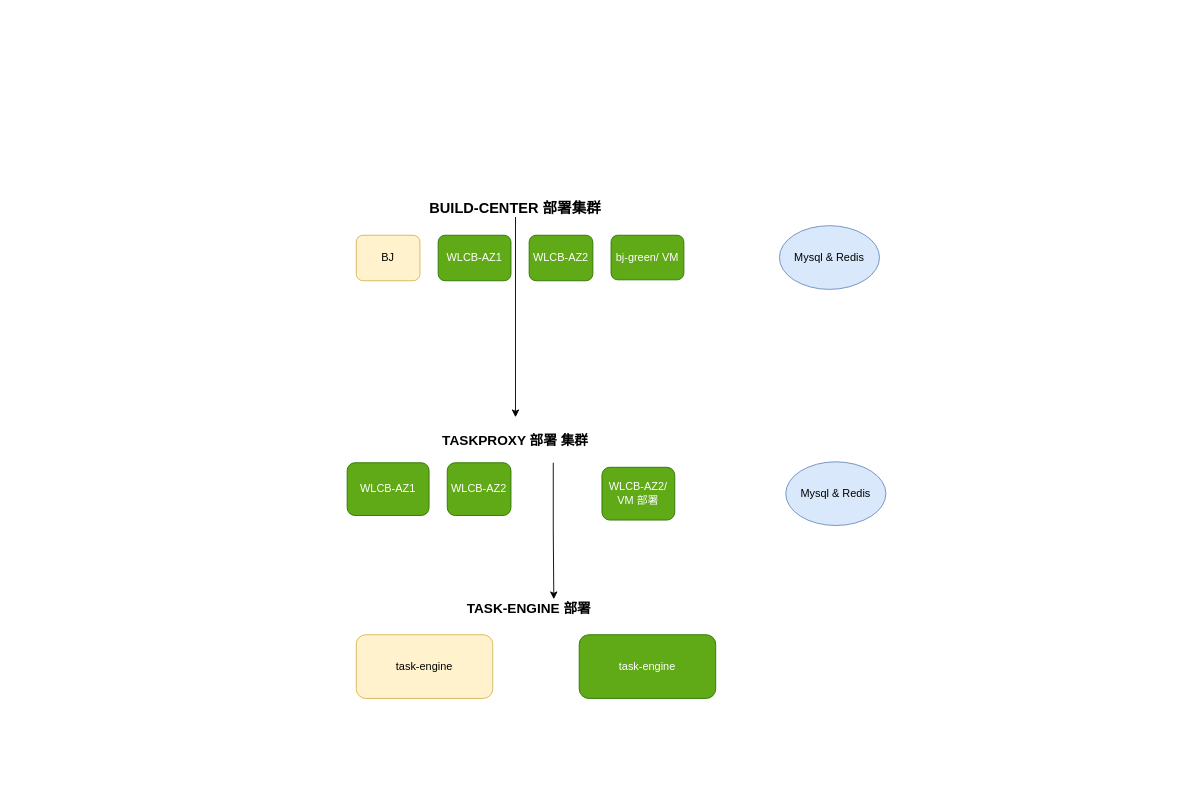
Above: 部署图.drawio in atings/study (draw.io), before the change. Source tidied: cells renumbered, new cells numbered last; positions are measured from the earlier drawing's top-left corner, leaving out a move shared by most shapes. Both pictures are drawn from the tidied source at 91%, with x=0, y=0 at pixel (347, 198). Pictures stored in the file or linked from it are replaced by grey dashed boxes.
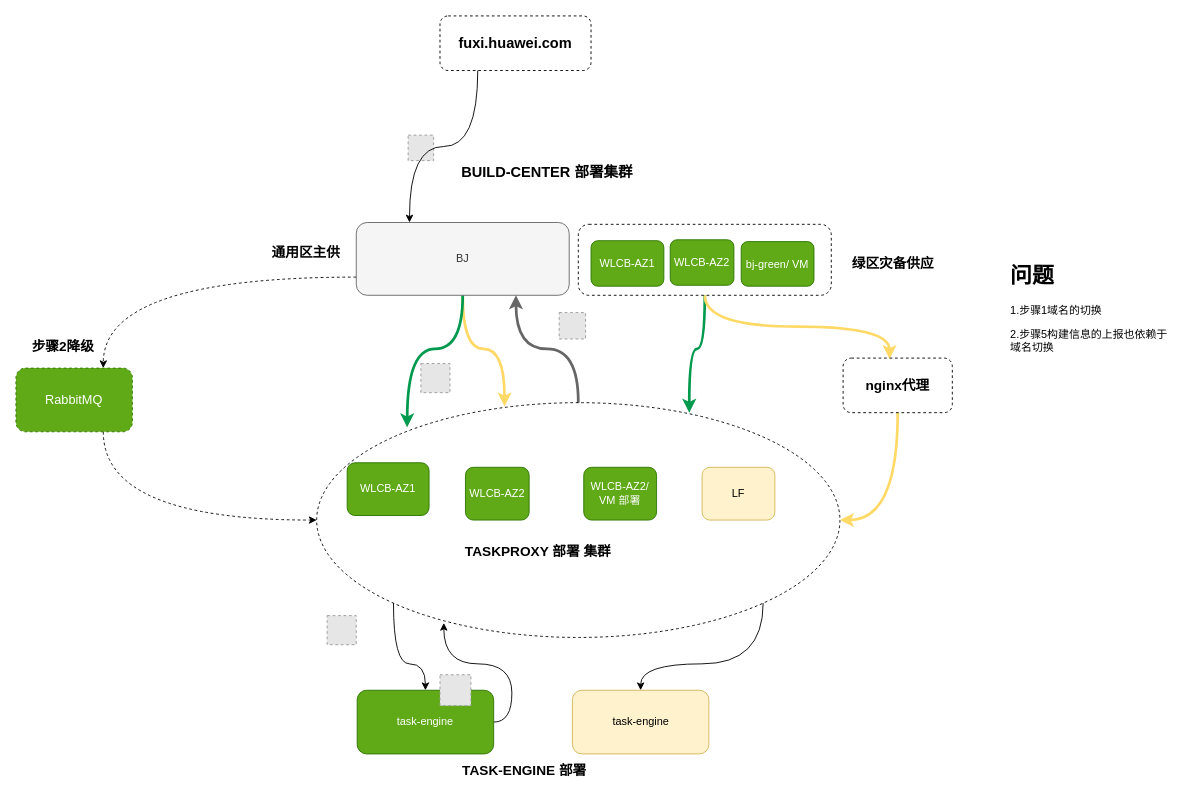
The same page after the edit.

Diff of the diagram source:
```diff
@@
+    <mxCell id="18" style="edgeStyle=orthogonalEdgeStyle;curved=1;rounded=0;jettySize=auto;html=1;exitX=0;exitY=0.75;exitDx=0;exitDy=0;dashed=1;" parent="1" edge="1" source="2">
+      <mxGeometry relative="1" as="geometry">
+        <mxPoint x="-268" y="186" as="targetPoint" />
+      </mxGeometry>
+    </mxCell>
+    <mxCell id="19" style="edgeStyle=orthogonalEdgeStyle;curved=1;rounded=0;jettySize=auto;html=1;exitX=0.5;exitY=1;exitDx=0;exitDy=0;entryX=0.359;entryY=0.016;entryDx=0;entryDy=0;entryPerimeter=0;fillColor=#fff2cc;strokeColor=#FFD966;strokeWidth=3;" parent="1" edge="1" source="2" target="28">
+      <mxGeometry relative="1" as="geometry" />
+    </mxCell>
+    <mxCell id="20" style="edgeStyle=orthogonalEdgeStyle;curved=1;rounded=0;jettySize=auto;html=1;exitX=0.5;exitY=1;exitDx=0;exitDy=0;entryX=0.173;entryY=0.105;entryDx=0;entryDy=0;entryPerimeter=0;strokeColor=#00994D;strokeWidth=3;" parent="1" edge="1" source="2" target="28">
+      <mxGeometry relative="1" as="geometry" />
+    </mxCell>
-    <mxCell id="2" value="BJ" style="rounded=1;whiteSpace=wrap;html=1;fillColor=#fff2cc;strokeColor=#d6b656;" parent="1" vertex="1">
-      <mxGeometry x="10" y="40" width="70" height="50" as="geometry" />
+    <mxCell id="2" value="BJ" style="rounded=1;whiteSpace=wrap;html=1;fillColor=#f5f5f5;strokeColor=#666666;fontColor=#333333;" parent="1" vertex="1">
+      <mxGeometry x="10" y="26" width="234" height="80" as="geometry" />
     </mxCell>
-    <mxCell id="3" style="edgeStyle=orthogonalEdgeStyle;rounded=0;jettySize=auto;html=1;exitX=0.5;exitY=1;exitDx=0;exitDy=0;" parent="1" edge="1" source="4" target="9">
-      <mxGeometry relative="1" as="geometry" />
-    </mxCell>
     <mxCell id="4" value="&lt;font style=&quot;font-size: 16px&quot;&gt;&lt;b&gt;BUILD-CENTER 部署集群&lt;/b&gt;&lt;/font&gt;" style="text;html=1;strokeColor=none;fillColor=none;align=center;verticalAlign=middle;whiteSpace=wrap;rounded=0;" parent="1" vertex="1">
-      <mxGeometry x="60" width="250" height="20" as="geometry" />
+      <mxGeometry x="95" y="-40" width="250" height="20" as="geometry" />
     </mxCell>
     <mxCell id="5" value="WLCB-AZ1" style="rounded=1;whiteSpace=wrap;html=1;fillColor=#60a917;strokeColor=#2D7600;fontColor=#ffffff;" parent="1" vertex="1">
-      <mxGeometry x="100" y="40" width="80" height="50" as="geometry" />
+      <mxGeometry x="268" y="46" width="80" height="50" as="geometry" />
     </mxCell>
     <mxCell id="6" value="WLCB-AZ2" style="rounded=1;whiteSpace=wrap;html=1;fillColor=#60a917;strokeColor=#2D7600;fontColor=#ffffff;" parent="1" vertex="1">
-      <mxGeometry x="200" y="40" width="70" height="50" as="geometry" />
+      <mxGeometry x="355" y="45" width="70" height="50" as="geometry" />
     </mxCell>
     <mxCell id="7" value="bj-green/ VM" style="rounded=1;whiteSpace=wrap;html=1;fillColor=#60a917;strokeColor=#2D7600;fontColor=#ffffff;" parent="1" vertex="1">
-      <mxGeometry x="290" y="40" width="80" height="49" as="geometry" />
+      <mxGeometry x="433" y="47" width="80" height="49" as="geometry" />
     </mxCell>
-    <mxCell id="8" style="edgeStyle=orthogonalEdgeStyle;rounded=0;jettySize=auto;html=1;exitX=0.75;exitY=1;exitDx=0;exitDy=0;entryX=0.629;entryY=0;entryDx=0;entryDy=0;entryPerimeter=0;" parent="1" edge="1" source="9" target="17">
-      <mxGeometry relative="1" as="geometry" />
-    </mxCell>
     <mxCell id="9" value="&lt;font size=&quot;1&quot;&gt;&lt;b style=&quot;font-size: 15px&quot;&gt;TASKPROXY 部署 集群&lt;/b&gt;&lt;/font&gt;" style="text;html=1;strokeColor=none;fillColor=none;align=center;verticalAlign=middle;whiteSpace=wrap;rounded=0;" parent="1" vertex="1">
-      <mxGeometry x="102" y="240" width="166" height="50" as="geometry" />
+      <mxGeometry x="127" y="362" width="166" height="50" as="geometry" />
     </mxCell>
@@
     <mxCell id="11" value="WLCB-AZ2" style="rounded=1;whiteSpace=wrap;html=1;fillColor=#60a917;strokeColor=#2D7600;fontColor=#ffffff;" parent="1" vertex="1">
-      <mxGeometry x="110" y="290" width="70" height="58" as="geometry" />
+      <mxGeometry x="130" y="295" width="70" height="58" as="geometry" />
     </mxCell>
     <mxCell id="12" value="WLCB-AZ2/ VM 部署" style="rounded=1;whiteSpace=wrap;html=1;fillColor=#60a917;strokeColor=#2D7600;fontColor=#ffffff;" parent="1" vertex="1">
-      <mxGeometry x="280" y="295" width="80" height="58" as="geometry" />
+      <mxGeometry x="260" y="295" width="80" height="58" as="geometry" />
     </mxCell>
-    <mxCell id="13" value="Mysql &amp;amp; Redis" style="ellipse;whiteSpace=wrap;html=1;fillColor=#dae8fc;strokeColor=#6c8ebf;" parent="1" vertex="1">
-      <mxGeometry x="475" y="29.5" width="110" height="70" as="geometry" />
-    </mxCell>
-    <mxCell id="14" value="Mysql &amp;amp; Redis" style="ellipse;whiteSpace=wrap;html=1;fillColor=#dae8fc;strokeColor=#6c8ebf;" parent="1" vertex="1">
-      <mxGeometry x="482" y="289" width="110" height="70" as="geometry" />
-    </mxCell>
     <mxCell id="15" value="task-engine" style="rounded=1;whiteSpace=wrap;html=1;fillColor=#fff2cc;strokeColor=#d6b656;" parent="1" vertex="1">
-      <mxGeometry x="10" y="479" width="150" height="70" as="geometry" />
+      <mxGeometry x="247.5" y="540" width="150" height="70" as="geometry" />
     </mxCell>
+    <mxCell id="21" style="edgeStyle=orthogonalEdgeStyle;curved=1;rounded=0;jettySize=auto;html=1;exitX=1;exitY=0.5;exitDx=0;exitDy=0;entryX=0.243;entryY=0.938;entryDx=0;entryDy=0;entryPerimeter=0;" parent="1" edge="1" source="16" target="28">
+      <mxGeometry relative="1" as="geometry" />
+    </mxCell>
     <mxCell id="16" value="task-engine" style="rounded=1;whiteSpace=wrap;html=1;fillColor=#60a917;strokeColor=#2D7600;fontColor=#ffffff;" parent="1" vertex="1">
-      <mxGeometry x="255" y="479" width="150" height="70" as="geometry" />
+      <mxGeometry x="11" y="540" width="150" height="70" as="geometry" />
     </mxCell>
     <mxCell id="17" value="&lt;b&gt;&lt;font style=&quot;font-size: 15px&quot;&gt;TASK-ENGINE 部署&lt;/font&gt;&lt;/b&gt;" style="text;html=1;strokeColor=none;fillColor=none;align=center;verticalAlign=middle;whiteSpace=wrap;rounded=0;dashed=1;" parent="1" vertex="1">
-      <mxGeometry x="95" y="440" width="210" height="20" as="geometry" />
+      <mxGeometry x="90" y="618" width="210" height="20" as="geometry" />
     </mxCell>
+    <mxCell id="22" style="edgeStyle=orthogonalEdgeStyle;curved=1;rounded=0;jettySize=auto;html=1;exitX=0.5;exitY=1;exitDx=0;exitDy=0;entryX=0.712;entryY=0.043;entryDx=0;entryDy=0;entryPerimeter=0;strokeColor=#00994D;strokeWidth=3;" parent="1" edge="1" source="24" target="28">
+      <mxGeometry relative="1" as="geometry" />
+    </mxCell>
+    <mxCell id="23" style="edgeStyle=orthogonalEdgeStyle;curved=1;rounded=0;jettySize=auto;html=1;exitX=0.5;exitY=1;exitDx=0;exitDy=0;strokeColor=#FFD966;strokeWidth=3;entryX=0.425;entryY=0.017;entryDx=0;entryDy=0;entryPerimeter=0;" parent="1" edge="1" source="24" target="44">
+      <mxGeometry relative="1" as="geometry" />
+    </mxCell>
+    <mxCell id="24" style="rounded=1;whiteSpace=wrap;html=1;fillColor=none;dashed=1;" parent="1" vertex="1">
+      <mxGeometry x="254" y="28" width="278" height="78" as="geometry" />
+    </mxCell>
+    <mxCell id="25" style="edgeStyle=orthogonalEdgeStyle;curved=1;rounded=0;jettySize=auto;html=1;exitX=0;exitY=1;exitDx=0;exitDy=0;" parent="1" edge="1" source="28" target="16">
+      <mxGeometry relative="1" as="geometry" />
+    </mxCell>
+    <mxCell id="26" style="edgeStyle=orthogonalEdgeStyle;curved=1;rounded=0;jettySize=auto;html=1;exitX=1;exitY=1;exitDx=0;exitDy=0;" parent="1" edge="1" source="28" target="15">
+      <mxGeometry relative="1" as="geometry" />
+    </mxCell>
+    <mxCell id="27" style="edgeStyle=orthogonalEdgeStyle;curved=1;rounded=0;jettySize=auto;html=1;exitX=0.5;exitY=0;exitDx=0;exitDy=0;entryX=0.75;entryY=1;entryDx=0;entryDy=0;fillColor=#f5f5f5;strokeColor=#666666;strokeWidth=3;" parent="1" edge="1" source="28" target="2">
+      <mxGeometry relative="1" as="geometry" />
+    </mxCell>
+    <mxCell id="28" style="ellipse;whiteSpace=wrap;html=1;dashed=1;fillColor=none;" parent="1" vertex="1">
+      <mxGeometry x="-33.5" y="224" width="575" height="258" as="geometry" />
+    </mxCell>
+    <mxCell id="29" style="fillColor=#E6E6E6;strokeColor=#999999;dashed=1;html=1;verticalAlign=top;verticalLabelPosition=bottom;labelBackgroundColor=#ffffff;" parent="1" vertex="1">
+      <mxGeometry x="67" y="-70" width="28" height="28" as="geometry" />
+    </mxCell>
+    <mxCell id="30" value="LF" style="rounded=1;whiteSpace=wrap;html=1;fillColor=#fff2cc;strokeColor=#d6b656;" parent="1" vertex="1">
+      <mxGeometry x="390" y="295" width="80" height="58" as="geometry" />
+    </mxCell>
+    <mxCell id="31" value="&lt;b&gt;&lt;font style=&quot;font-size: 15px&quot;&gt;通用区主供&lt;/font&gt;&lt;/b&gt;" style="text;html=1;strokeColor=none;fillColor=none;align=center;verticalAlign=middle;whiteSpace=wrap;rounded=0;dashed=1;" parent="1" vertex="1">
+      <mxGeometry x="-90" y="46" width="90" height="24" as="geometry" />
+    </mxCell>
+    <mxCell id="32" value="&lt;b&gt;&lt;font style=&quot;font-size: 15px&quot;&gt;绿区灾备供应&lt;/font&gt;&lt;/b&gt;" style="text;html=1;strokeColor=none;fillColor=none;align=center;verticalAlign=middle;whiteSpace=wrap;rounded=0;dashed=1;" parent="1" vertex="1">
+      <mxGeometry x="535" y="60" width="130" height="20" as="geometry" />
+    </mxCell>
+    <mxCell id="33" style="edgeStyle=orthogonalEdgeStyle;curved=1;rounded=0;jettySize=auto;html=1;exitX=0.25;exitY=1;exitDx=0;exitDy=0;entryX=0.25;entryY=0;entryDx=0;entryDy=0;" parent="1" edge="1" source="34" target="2">
+      <mxGeometry relative="1" as="geometry" />
+    </mxCell>
+    <mxCell id="34" value="&lt;b&gt;&lt;font style=&quot;font-size: 16px&quot;&gt;fuxi.huawei.com&lt;/font&gt;&lt;/b&gt;" style="rounded=1;whiteSpace=wrap;html=1;dashed=1;fillColor=none;" parent="1" vertex="1">
+      <mxGeometry x="102" y="-201" width="166" height="60" as="geometry" />
+    </mxCell>
+    <mxCell id="35" style="fillColor=#E6E6E6;strokeColor=#999999;dashed=1;html=1;verticalAlign=top;verticalLabelPosition=bottom;labelBackgroundColor=#ffffff;" parent="1" vertex="1">
+      <mxGeometry x="81" y="181" width="32" height="32" as="geometry" />
+    </mxCell>
+    <mxCell id="36" style="edgeStyle=orthogonalEdgeStyle;curved=1;rounded=0;jettySize=auto;html=1;exitX=0.75;exitY=1;exitDx=0;exitDy=0;dashed=1;" parent="1" edge="1" source="37" target="28">
+      <mxGeometry relative="1" as="geometry" />
+    </mxCell>
+    <mxCell id="37" value="&lt;font style=&quot;font-size: 14px&quot;&gt;RabbitMQ&lt;/font&gt;" style="rounded=1;whiteSpace=wrap;html=1;dashed=1;fillColor=#60a917;strokeColor=#2D7600;fontColor=#ffffff;" parent="1" vertex="1">
+      <mxGeometry x="-364" y="186" width="128" height="70" as="geometry" />
+    </mxCell>
+    <mxCell id="38" value="&lt;font style=&quot;font-size: 15px&quot;&gt;&lt;b&gt;步骤2降级&lt;/b&gt;&lt;/font&gt;" style="text;html=1;strokeColor=none;fillColor=none;align=center;verticalAlign=middle;whiteSpace=wrap;rounded=0;dashed=1;" parent="1" vertex="1">
+      <mxGeometry x="-348" y="154" width="72" height="16" as="geometry" />
+    </mxCell>
+    <mxCell id="39" style="fillColor=#E6E6E6;strokeColor=#999999;dashed=1;html=1;verticalAlign=top;verticalLabelPosition=bottom;labelBackgroundColor=#ffffff;" parent="1" vertex="1">
+      <mxGeometry x="-22" y="458" width="32" height="32" as="geometry" />
+    </mxCell>
+    <mxCell id="40" style="fillColor=#E6E6E6;strokeColor=#999999;dashed=1;html=1;verticalAlign=top;verticalLabelPosition=bottom;labelBackgroundColor=#ffffff;" parent="1" vertex="1">
+      <mxGeometry x="102" y="523" width="34" height="34" as="geometry" />
+    </mxCell>
+    <mxCell id="41" style="fillColor=#E6E6E6;strokeColor=#999999;dashed=1;html=1;verticalAlign=top;verticalLabelPosition=bottom;labelBackgroundColor=#ffffff;" parent="1" vertex="1">
+      <mxGeometry x="233" y="125" width="29" height="29" as="geometry" />
+    </mxCell>
+    <mxCell id="42" value="&lt;h1&gt;问题&lt;/h1&gt;&lt;p&gt;1.步骤1域名的切换&lt;/p&gt;&lt;p&gt;2.步骤5构建信息的上报也依赖于域名切换&lt;/p&gt;" style="text;html=1;strokeColor=none;fillColor=none;spacing=5;spacingTop=-20;whiteSpace=wrap;overflow=hidden;rounded=0;dashed=1;" parent="1" vertex="1">
+      <mxGeometry x="724" y="65" width="190" height="120" as="geometry" />
+    </mxCell>
+    <mxCell id="43" style="edgeStyle=orthogonalEdgeStyle;curved=1;rounded=0;jettySize=auto;html=1;exitX=0.5;exitY=1;exitDx=0;exitDy=0;strokeColor=#FFD966;strokeWidth=3;" parent="1" edge="1" source="44" target="28">
+      <mxGeometry relative="1" as="geometry" />
+    </mxCell>
+    <mxCell id="44" value="&lt;b&gt;&lt;font style=&quot;font-size: 15px&quot;&gt;nginx代理&lt;/font&gt;&lt;/b&gt;" style="rounded=1;whiteSpace=wrap;html=1;dashed=1;fillColor=none;" parent="1" vertex="1">
+      <mxGeometry x="545" y="175" width="120" height="60" as="geometry" />
+    </mxCell>
```
